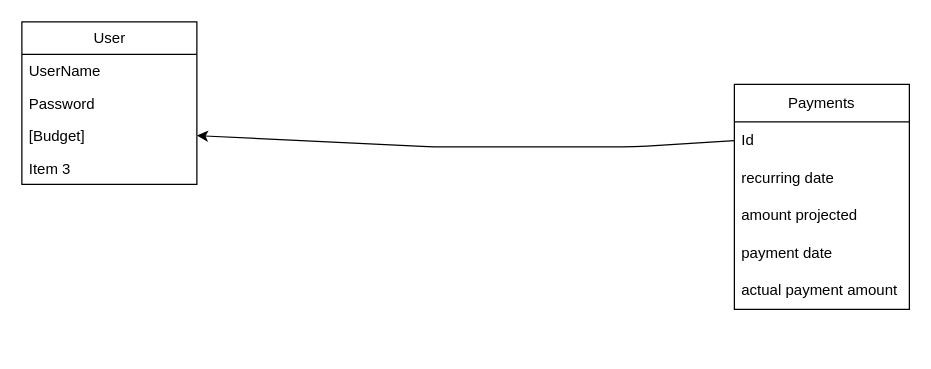
Before: budget.drawio in samlee088/budget-tracker-dashboard, a draw.io diagram. Source tidied: cells renumbered, new cells numbered last; positions are measured from the earlier drawing's top-left corner, leaving out a move shared by most shapes. Both pictures are drawn from the tidied source at 125%, with x=0, y=0 at pixel (21, 21).
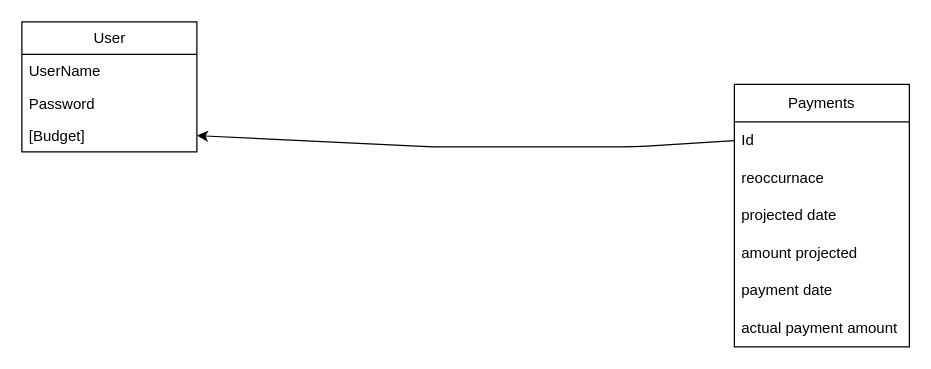
The same diagram, later.

The edit, as a diff of the source:
```diff
@@
 <mxGraphModel>
   <root>
     <mxCell id="0" />
     <mxCell id="1" parent="0" />
     <mxCell id="2" value="User" style="swimlane;fontStyle=0;horizontal=1;startSize=26;fillColor=none;html=1;" parent="1" vertex="1">
-      <mxGeometry width="140" height="130" as="geometry" />
+      <mxGeometry width="140" height="104" as="geometry" />
     </mxCell>
     <mxCell id="3" value="UserName" style="text;strokeColor=none;fillColor=none;align=left;verticalAlign=top;spacingLeft=4;spacingRight=4;overflow=hidden;whiteSpace=wrap;html=1;" parent="2" vertex="1">
       <mxGeometry y="26" width="140" height="26" as="geometry" />
     </mxCell>
     <mxCell id="4" value="Password" style="text;strokeColor=none;fillColor=none;align=left;verticalAlign=top;spacingLeft=4;spacingRight=4;overflow=hidden;whiteSpace=wrap;html=1;" parent="2" vertex="1">
       <mxGeometry y="52" width="140" height="26" as="geometry" />
     </mxCell>
     <mxCell id="5" value="[Budget]&lt;br&gt;" style="text;strokeColor=none;fillColor=none;align=left;verticalAlign=top;spacingLeft=4;spacingRight=4;overflow=hidden;points=[[0,0.5],[1,0.5]];portConstraint=eastwest;whiteSpace=wrap;html=1;" parent="2" vertex="1">
       <mxGeometry y="78" width="140" height="26" as="geometry" />
     </mxCell>
-    <mxCell id="6" value="Item 3" style="text;strokeColor=none;fillColor=none;align=left;verticalAlign=top;spacingLeft=4;spacingRight=4;overflow=hidden;whiteSpace=wrap;html=1;" parent="2" vertex="1">
-      <mxGeometry y="104" width="140" height="26" as="geometry" />
-    </mxCell>
     <mxCell id="7" value="Payments" style="swimlane;fontStyle=0;horizontal=1;startSize=30;whiteSpace=wrap;html=1;" parent="1" vertex="1">
-      <mxGeometry x="570" y="50" width="140" height="180" as="geometry" />
+      <mxGeometry x="570" y="50" width="140" height="210" as="geometry" />
     </mxCell>
     <mxCell id="8" value="Id" style="text;strokeColor=none;fillColor=none;align=left;verticalAlign=middle;spacingLeft=4;spacingRight=4;overflow=hidden;points=[[0,0.5],[1,0.5]];portConstraint=eastwest;whiteSpace=wrap;html=1;" parent="7" vertex="1">
       <mxGeometry y="30" width="140" height="30" as="geometry" />
     </mxCell>
+    <mxCell id="14" value="reoccurnace" style="text;strokeColor=none;fillColor=none;align=left;verticalAlign=middle;spacingLeft=4;spacingRight=4;overflow=hidden;whiteSpace=wrap;html=1;" parent="7" vertex="1">
+      <mxGeometry y="60" width="140" height="30" as="geometry" />
+    </mxCell>
-    <mxCell id="9" value="recurring date" style="text;strokeColor=none;fillColor=none;align=left;verticalAlign=middle;spacingLeft=4;spacingRight=4;overflow=hidden;whiteSpace=wrap;html=1;" parent="7" vertex="1">
-      <mxGeometry y="60" width="140" height="30" as="geometry" />
+    <mxCell id="9" value="projected date" style="text;strokeColor=none;fillColor=none;align=left;verticalAlign=middle;spacingLeft=4;spacingRight=4;overflow=hidden;whiteSpace=wrap;html=1;" parent="7" vertex="1">
+      <mxGeometry y="90" width="140" height="30" as="geometry" />
     </mxCell>
     <mxCell id="10" value="amount projected" style="text;strokeColor=none;fillColor=none;align=left;verticalAlign=middle;spacingLeft=4;spacingRight=4;overflow=hidden;whiteSpace=wrap;html=1;" parent="7" vertex="1">
-      <mxGeometry y="90" width="140" height="30" as="geometry" />
+      <mxGeometry y="120" width="140" height="30" as="geometry" />
     </mxCell>
     <mxCell id="11" value="payment date" style="text;strokeColor=none;fillColor=none;align=left;verticalAlign=middle;spacingLeft=4;spacingRight=4;overflow=hidden;whiteSpace=wrap;html=1;" parent="7" vertex="1">
-      <mxGeometry y="120" width="140" height="30" as="geometry" />
+      <mxGeometry y="150" width="140" height="30" as="geometry" />
     </mxCell>
     <mxCell id="12" value="actual payment amount" style="text;strokeColor=none;fillColor=none;align=left;verticalAlign=middle;spacingLeft=4;spacingRight=4;overflow=hidden;whiteSpace=wrap;html=1;" parent="7" vertex="1">
-      <mxGeometry y="150" width="140" height="30" as="geometry" />
+      <mxGeometry y="180" width="140" height="30" as="geometry" />
     </mxCell>
     <mxCell id="13" style="edgeStyle=none;html=1;exitX=0;exitY=0.5;exitDx=0;exitDy=0;entryX=1;entryY=0.5;entryDx=0;entryDy=0;" parent="1" edge="1" source="8" target="5">
       <mxGeometry relative="1" as="geometry">
         <Array as="points">
           <mxPoint x="490" y="100" />
           <mxPoint x="330" y="100" />
         </Array>
       </mxGeometry>
     </mxCell>
   </root>
 </mxGraphModel>
```
